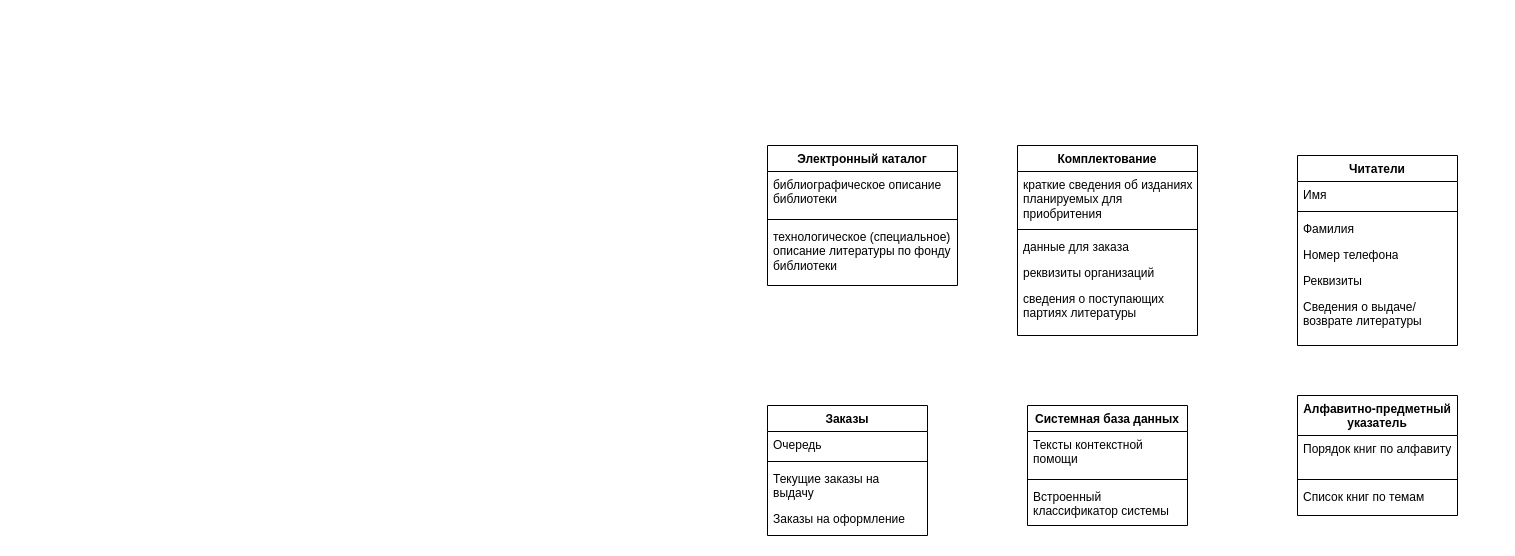
The draw.io diagram Диаграмма без названия.drawio in Luzhetskaya/psiipo, before the edit. Source tidied: cells renumbered, new cells numbered last; positions are measured from the earlier drawing's top-left corner, leaving out a move shared by most shapes. Both pictures are drawn from the tidied source at 100%, with x=0, y=0 at pixel (767, 145).
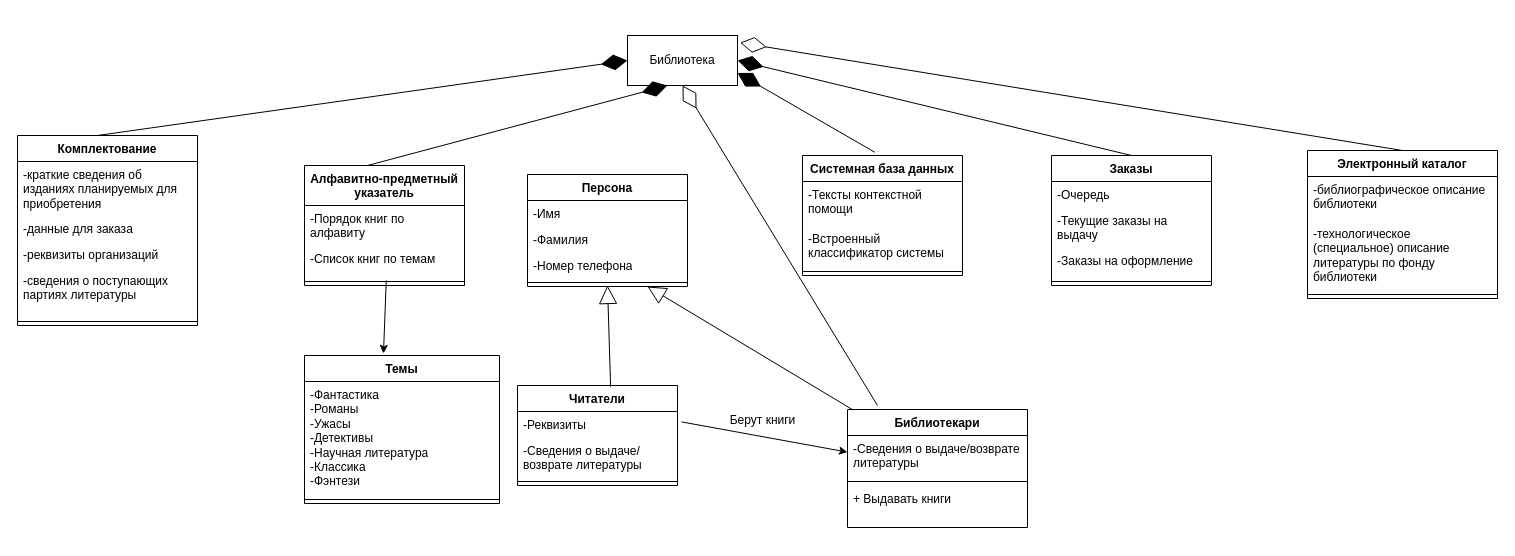
The same diagram, later.

Change to the diagram source:
```diff
@@
     <mxCell id="2" value="Электронный каталог" style="swimlane;fontStyle=1;align=center;verticalAlign=top;horizontal=1;startSize=26;whiteSpace=wrap;html=1;" parent="1" vertex="1">
-      <mxGeometry width="190" height="140" as="geometry" />
+      <mxGeometry x="540" y="5" width="190" height="148" as="geometry" />
     </mxCell>
-    <mxCell id="3" value="библиографическое описание библиотеки" style="text;strokeColor=none;fillColor=none;align=left;verticalAlign=top;spacingLeft=4;spacingRight=4;overflow=hidden;whiteSpace=wrap;html=1;" parent="2" vertex="1">
+    <mxCell id="3" value="-библиографическое описание библиотеки" style="text;strokeColor=none;fillColor=none;align=left;verticalAlign=top;spacingLeft=4;spacingRight=4;overflow=hidden;whiteSpace=wrap;html=1;" parent="2" vertex="1">
       <mxGeometry y="26" width="190" height="44" as="geometry" />
     </mxCell>
+    <mxCell id="5" value="-технологическое (специальное) описание литературы по фонду библиотеки" style="text;strokeColor=none;fillColor=none;align=left;verticalAlign=top;spacingLeft=4;spacingRight=4;overflow=hidden;whiteSpace=wrap;html=1;" parent="2" vertex="1">
+      <mxGeometry y="70" width="190" height="70" as="geometry" />
+    </mxCell>
     <mxCell id="4" style="line;strokeWidth=1;fillColor=none;align=left;verticalAlign=middle;spacingTop=-1;spacingLeft=3;spacingRight=3;labelPosition=right;strokeColor=inherit;" parent="2" vertex="1">
-      <mxGeometry y="70" width="190" height="8" as="geometry" />
+      <mxGeometry y="140" width="190" height="8" as="geometry" />
     </mxCell>
-    <mxCell id="5" value="технологическое (специальное) описание литературы по фонду библиотеки" style="text;strokeColor=none;fillColor=none;align=left;verticalAlign=top;spacingLeft=4;spacingRight=4;overflow=hidden;whiteSpace=wrap;html=1;" parent="2" vertex="1">
-      <mxGeometry y="78" width="190" height="62" as="geometry" />
-    </mxCell>
     <mxCell id="6" value="Комплектование" style="swimlane;fontStyle=1;align=center;verticalAlign=top;horizontal=1;startSize=26;whiteSpace=wrap;html=1;" parent="1" vertex="1">
-      <mxGeometry x="250" width="180" height="190" as="geometry" />
+      <mxGeometry x="-750" y="-10" width="180" height="190" as="geometry" />
     </mxCell>
-    <mxCell id="7" value="краткие сведения об изданиях планируемых для приобритения" style="text;strokeColor=none;fillColor=none;align=left;verticalAlign=top;spacingLeft=4;spacingRight=4;overflow=hidden;whiteSpace=wrap;html=1;" parent="6" vertex="1">
+    <mxCell id="7" value="-краткие сведения об изданиях планируемых для приобретения" style="text;strokeColor=none;fillColor=none;align=left;verticalAlign=top;spacingLeft=4;spacingRight=4;overflow=hidden;whiteSpace=wrap;html=1;" parent="6" vertex="1">
       <mxGeometry y="26" width="180" height="54" as="geometry" />
     </mxCell>
-    <mxCell id="8" style="line;strokeWidth=1;fillColor=none;align=left;verticalAlign=middle;spacingTop=-1;spacingLeft=3;spacingRight=3;labelPosition=right;strokeColor=inherit;" parent="6" vertex="1">
-      <mxGeometry y="80" width="180" height="8" as="geometry" />
-    </mxCell>
-    <mxCell id="9" value="данные для заказа" style="text;strokeColor=none;fillColor=none;align=left;verticalAlign=top;spacingLeft=4;spacingRight=4;overflow=hidden;whiteSpace=wrap;html=1;" parent="6" vertex="1">
-      <mxGeometry y="88" width="180" height="26" as="geometry" />
+    <mxCell id="9" value="-данные для заказа" style="text;strokeColor=none;fillColor=none;align=left;verticalAlign=top;spacingLeft=4;spacingRight=4;overflow=hidden;whiteSpace=wrap;html=1;" parent="6" vertex="1">
+      <mxGeometry y="80" width="180" height="26" as="geometry" />
     </mxCell>
-    <mxCell id="10" value="реквизиты организаций" style="text;strokeColor=none;fillColor=none;align=left;verticalAlign=top;spacingLeft=4;spacingRight=4;overflow=hidden;whiteSpace=wrap;html=1;" parent="6" vertex="1">
-      <mxGeometry y="114" width="180" height="26" as="geometry" />
+    <mxCell id="10" value="-реквизиты организаций" style="text;strokeColor=none;fillColor=none;align=left;verticalAlign=top;spacingLeft=4;spacingRight=4;overflow=hidden;whiteSpace=wrap;html=1;" parent="6" vertex="1">
+      <mxGeometry y="106" width="180" height="26" as="geometry" />
     </mxCell>
-    <mxCell id="11" value="сведения о поступающих партиях литературы" style="text;strokeColor=none;fillColor=none;align=left;verticalAlign=top;spacingLeft=4;spacingRight=4;overflow=hidden;whiteSpace=wrap;html=1;" parent="6" vertex="1">
-      <mxGeometry y="140" width="180" height="50" as="geometry" />
+    <mxCell id="11" value="-сведения о поступающих партиях литературы" style="text;strokeColor=none;fillColor=none;align=left;verticalAlign=top;spacingLeft=4;spacingRight=4;overflow=hidden;whiteSpace=wrap;html=1;" parent="6" vertex="1">
+      <mxGeometry y="132" width="180" height="50" as="geometry" />
     </mxCell>
+    <mxCell id="8" style="line;strokeWidth=1;fillColor=none;align=left;verticalAlign=middle;spacingTop=-1;spacingLeft=3;spacingRight=3;labelPosition=right;strokeColor=inherit;" parent="6" vertex="1">
+      <mxGeometry y="182" width="180" height="8" as="geometry" />
+    </mxCell>
     <mxCell id="12" value="Заказы" style="swimlane;fontStyle=1;align=center;verticalAlign=top;horizontal=1;startSize=26;whiteSpace=wrap;html=1;" parent="1" vertex="1">
-      <mxGeometry y="260" width="160" height="130" as="geometry" />
+      <mxGeometry x="284" y="10" width="160" height="130" as="geometry" />
     </mxCell>
-    <mxCell id="13" value="Очередь" style="text;strokeColor=none;fillColor=none;align=left;verticalAlign=top;spacingLeft=4;spacingRight=4;overflow=hidden;whiteSpace=wrap;html=1;" parent="12" vertex="1">
+    <mxCell id="13" value="-Очередь" style="text;strokeColor=none;fillColor=none;align=left;verticalAlign=top;spacingLeft=4;spacingRight=4;overflow=hidden;whiteSpace=wrap;html=1;" parent="12" vertex="1">
       <mxGeometry y="26" width="160" height="26" as="geometry" />
     </mxCell>
-    <mxCell id="14" style="line;strokeWidth=1;fillColor=none;align=left;verticalAlign=middle;spacingTop=-1;spacingLeft=3;spacingRight=3;labelPosition=right;strokeColor=inherit;" parent="12" vertex="1">
-      <mxGeometry y="52" width="160" height="8" as="geometry" />
-    </mxCell>
-    <mxCell id="15" value="Текущие заказы на выдачу" style="text;strokeColor=none;fillColor=none;align=left;verticalAlign=top;spacingLeft=4;spacingRight=4;overflow=hidden;whiteSpace=wrap;html=1;" parent="12" vertex="1">
-      <mxGeometry y="60" width="160" height="40" as="geometry" />
+    <mxCell id="15" value="-Текущие заказы на выдачу" style="text;strokeColor=none;fillColor=none;align=left;verticalAlign=top;spacingLeft=4;spacingRight=4;overflow=hidden;whiteSpace=wrap;html=1;" parent="12" vertex="1">
+      <mxGeometry y="52" width="160" height="40" as="geometry" />
     </mxCell>
-    <mxCell id="16" value="Заказы на оформление" style="text;strokeColor=none;fillColor=none;align=left;verticalAlign=top;spacingLeft=4;spacingRight=4;overflow=hidden;whiteSpace=wrap;html=1;" parent="12" vertex="1">
-      <mxGeometry y="100" width="160" height="30" as="geometry" />
+    <mxCell id="16" value="-Заказы на оформление" style="text;strokeColor=none;fillColor=none;align=left;verticalAlign=top;spacingLeft=4;spacingRight=4;overflow=hidden;whiteSpace=wrap;html=1;" parent="12" vertex="1">
+      <mxGeometry y="92" width="160" height="30" as="geometry" />
     </mxCell>
+    <mxCell id="14" style="line;strokeWidth=1;fillColor=none;align=left;verticalAlign=middle;spacingTop=-1;spacingLeft=3;spacingRight=3;labelPosition=right;strokeColor=inherit;" parent="12" vertex="1">
+      <mxGeometry y="122" width="160" height="8" as="geometry" />
+    </mxCell>
     <mxCell id="17" value="Системная база данных" style="swimlane;fontStyle=1;align=center;verticalAlign=top;horizontal=1;startSize=26;whiteSpace=wrap;html=1;" parent="1" vertex="1">
-      <mxGeometry x="260" y="260" width="160" height="120" as="geometry" />
+      <mxGeometry x="35" y="10" width="160" height="120" as="geometry" />
     </mxCell>
-    <mxCell id="18" value="Тексты контекстной помощи" style="text;strokeColor=none;fillColor=none;align=left;verticalAlign=top;spacingLeft=4;spacingRight=4;overflow=hidden;whiteSpace=wrap;html=1;" parent="17" vertex="1">
+    <mxCell id="18" value="-Тексты контекстной помощи" style="text;strokeColor=none;fillColor=none;align=left;verticalAlign=top;spacingLeft=4;spacingRight=4;overflow=hidden;whiteSpace=wrap;html=1;" parent="17" vertex="1">
       <mxGeometry y="26" width="160" height="44" as="geometry" />
     </mxCell>
+    <mxCell id="20" value="-Встроенный классификатор системы" style="text;strokeColor=none;fillColor=none;align=left;verticalAlign=top;spacingLeft=4;spacingRight=4;overflow=hidden;whiteSpace=wrap;html=1;" parent="17" vertex="1">
+      <mxGeometry y="70" width="160" height="42" as="geometry" />
+    </mxCell>
     <mxCell id="19" style="line;strokeWidth=1;fillColor=none;align=left;verticalAlign=middle;spacingTop=-1;spacingLeft=3;spacingRight=3;labelPosition=right;strokeColor=inherit;" parent="17" vertex="1">
-      <mxGeometry y="70" width="160" height="8" as="geometry" />
+      <mxGeometry y="112" width="160" height="8" as="geometry" />
     </mxCell>
-    <mxCell id="20" value="Встроенный классификатор системы" style="text;strokeColor=none;fillColor=none;align=left;verticalAlign=top;spacingLeft=4;spacingRight=4;overflow=hidden;whiteSpace=wrap;html=1;" parent="17" vertex="1">
-      <mxGeometry y="78" width="160" height="42" as="geometry" />
-    </mxCell>
-    <mxCell id="21" value="Читатели" style="swimlane;fontStyle=1;align=center;verticalAlign=top;horizontal=1;startSize=26;whiteSpace=wrap;html=1;" parent="1" vertex="1">
-      <mxGeometry x="530" y="10" width="160" height="190" as="geometry" />
+    <mxCell id="21" value="Персона" style="swimlane;fontStyle=1;align=center;verticalAlign=top;horizontal=1;startSize=26;whiteSpace=wrap;html=1;" parent="1" vertex="1">
+      <mxGeometry x="-240" y="29" width="160" height="112" as="geometry" />
     </mxCell>
-    <mxCell id="22" value="Имя" style="text;strokeColor=none;fillColor=none;align=left;verticalAlign=top;spacingLeft=4;spacingRight=4;overflow=hidden;whiteSpace=wrap;html=1;" parent="21" vertex="1">
+    <mxCell id="22" value="-Имя" style="text;strokeColor=none;fillColor=none;align=left;verticalAlign=top;spacingLeft=4;spacingRight=4;overflow=hidden;whiteSpace=wrap;html=1;" parent="21" vertex="1">
       <mxGeometry y="26" width="160" height="26" as="geometry" />
     </mxCell>
-    <mxCell id="23" style="line;strokeWidth=1;fillColor=none;align=left;verticalAlign=middle;spacingTop=-1;spacingLeft=3;spacingRight=3;labelPosition=right;strokeColor=inherit;" parent="21" vertex="1">
-      <mxGeometry y="52" width="160" height="8" as="geometry" />
-    </mxCell>
-    <mxCell id="24" value="Фамилия" style="text;strokeColor=none;fillColor=none;align=left;verticalAlign=top;spacingLeft=4;spacingRight=4;overflow=hidden;whiteSpace=wrap;html=1;" parent="21" vertex="1">
-      <mxGeometry y="60" width="160" height="26" as="geometry" />
+    <mxCell id="24" value="-Фамилия" style="text;strokeColor=none;fillColor=none;align=left;verticalAlign=top;spacingLeft=4;spacingRight=4;overflow=hidden;whiteSpace=wrap;html=1;" parent="21" vertex="1">
+      <mxGeometry y="52" width="160" height="26" as="geometry" />
     </mxCell>
-    <mxCell id="25" value="Номер телефона" style="text;strokeColor=none;fillColor=none;align=left;verticalAlign=top;spacingLeft=4;spacingRight=4;overflow=hidden;whiteSpace=wrap;html=1;" parent="21" vertex="1">
-      <mxGeometry y="86" width="160" height="26" as="geometry" />
+    <mxCell id="25" value="-Номер телефона" style="text;strokeColor=none;fillColor=none;align=left;verticalAlign=top;spacingLeft=4;spacingRight=4;overflow=hidden;whiteSpace=wrap;html=1;" parent="21" vertex="1">
+      <mxGeometry y="78" width="160" height="26" as="geometry" />
     </mxCell>
-    <mxCell id="26" value="Реквизиты" style="text;strokeColor=none;fillColor=none;align=left;verticalAlign=top;spacingLeft=4;spacingRight=4;overflow=hidden;whiteSpace=wrap;html=1;" parent="21" vertex="1">
-      <mxGeometry y="112" width="160" height="26" as="geometry" />
-    </mxCell>
-    <mxCell id="27" value="Сведения о выдаче/возврате литературы" style="text;strokeColor=none;fillColor=none;align=left;verticalAlign=top;spacingLeft=4;spacingRight=4;overflow=hidden;whiteSpace=wrap;html=1;" parent="21" vertex="1">
-      <mxGeometry y="138" width="160" height="52" as="geometry" />
-    </mxCell>
+    <mxCell id="23" style="line;strokeWidth=1;fillColor=none;align=left;verticalAlign=middle;spacingTop=-1;spacingLeft=3;spacingRight=3;labelPosition=right;strokeColor=inherit;" parent="21" vertex="1">
+      <mxGeometry y="104" width="160" height="8" as="geometry" />
+    </mxCell>
     <mxCell id="28" value="Алфавитно-предметный указатель" style="swimlane;fontStyle=1;align=center;verticalAlign=top;horizontal=1;startSize=40;whiteSpace=wrap;html=1;" parent="1" vertex="1">
-      <mxGeometry x="530" y="250" width="160" height="120" as="geometry" />
+      <mxGeometry x="-463" y="20" width="160" height="120" as="geometry" />
     </mxCell>
-    <mxCell id="29" value="Порядок книг по алфавиту" style="text;strokeColor=none;fillColor=none;align=left;verticalAlign=top;spacingLeft=4;spacingRight=4;overflow=hidden;whiteSpace=wrap;html=1;" parent="28" vertex="1">
+    <mxCell id="29" value="-Порядок книг по алфавиту" style="text;strokeColor=none;fillColor=none;align=left;verticalAlign=top;spacingLeft=4;spacingRight=4;overflow=hidden;whiteSpace=wrap;html=1;" parent="28" vertex="1">
       <mxGeometry y="40" width="160" height="40" as="geometry" />
     </mxCell>
+    <mxCell id="31" value="-Список книг по темам" style="text;strokeColor=none;fillColor=none;align=left;verticalAlign=top;spacingLeft=4;spacingRight=4;overflow=hidden;points=[[0,0.5],[1,0.5]];portConstraint=eastwest;whiteSpace=wrap;html=1;" parent="28" vertex="1">
+      <mxGeometry y="80" width="160" height="32" as="geometry" />
+    </mxCell>
     <mxCell id="30" style="line;strokeWidth=1;fillColor=none;align=left;verticalAlign=middle;spacingTop=-1;spacingLeft=3;spacingRight=3;labelPosition=right;strokeColor=inherit;" parent="28" vertex="1">
-      <mxGeometry y="80" width="160" height="8" as="geometry" />
+      <mxGeometry y="112" width="160" height="8" as="geometry" />
     </mxCell>
-    <mxCell id="31" value="Список книг по темам" style="text;strokeColor=none;fillColor=none;align=left;verticalAlign=top;spacingLeft=4;spacingRight=4;overflow=hidden;points=[[0,0.5],[1,0.5]];portConstraint=eastwest;whiteSpace=wrap;html=1;" parent="28" vertex="1">
-      <mxGeometry y="88" width="160" height="32" as="geometry" />
-    </mxCell>
+    <mxCell id="32" value="Библиотека" style="html=1;whiteSpace=wrap;" parent="1" vertex="1">
+      <mxGeometry x="-140" y="-110" width="110" height="50" as="geometry" />
+    </mxCell>
+    <mxCell id="33" value="Темы" style="swimlane;fontStyle=1;align=center;verticalAlign=top;horizontal=1;startSize=26;whiteSpace=wrap;html=1;" parent="1" vertex="1">
+      <mxGeometry x="-463" y="210" width="195" height="148" as="geometry" />
+    </mxCell>
+    <mxCell id="34" value="&lt;span style=&quot;background-color: transparent; color: light-dark(rgb(0, 0, 0), rgb(255, 255, 255));&quot;&gt;-Фантастика&lt;/span&gt;&lt;div&gt;-Романы&lt;/div&gt;&lt;div&gt;-Ужасы&lt;/div&gt;&lt;div&gt;-Детективы&lt;/div&gt;&lt;div&gt;-Научная литература&lt;/div&gt;&lt;div&gt;-Классика&lt;/div&gt;&lt;div&gt;-Фэнтези&lt;/div&gt;" style="text;strokeColor=none;fillColor=none;align=left;verticalAlign=top;spacingLeft=4;spacingRight=4;overflow=hidden;whiteSpace=wrap;html=1;" parent="33" vertex="1">
+      <mxGeometry y="26" width="195" height="114" as="geometry" />
+    </mxCell>
+    <mxCell id="35" style="line;strokeWidth=1;fillColor=none;align=left;verticalAlign=middle;spacingTop=-1;spacingLeft=3;spacingRight=3;labelPosition=right;strokeColor=inherit;" parent="33" vertex="1">
+      <mxGeometry y="140" width="195" height="8" as="geometry" />
+    </mxCell>
+    <mxCell id="36" style="endArrow=classic;html=1;rounded=0;exitX=0.511;exitY=1.095;exitDx=0;exitDy=0;exitPerimeter=0;entryX=0.405;entryY=-0.014;entryDx=0;entryDy=0;entryPerimeter=0;" parent="1" edge="1" source="31" target="33">
+      <mxGeometry relative="1" as="geometry" />
+    </mxCell>
+    <mxCell id="37" style="endArrow=diamondThin;endFill=0;endSize=24;html=1;rounded=0;entryX=0.5;entryY=1;entryDx=0;entryDy=0;" parent="1" edge="1" target="32">
+      <mxGeometry relative="1" as="geometry">
+        <mxPoint x="110" y="260" as="sourcePoint" />
+      </mxGeometry>
+    </mxCell>
+    <mxCell id="38" style="endArrow=diamondThin;endFill=1;endSize=24;html=1;rounded=0;exitX=0.394;exitY=0;exitDx=0;exitDy=0;exitPerimeter=0;entryX=0.364;entryY=1;entryDx=0;entryDy=0;entryPerimeter=0;" parent="1" edge="1" source="28" target="32">
+      <mxGeometry relative="1" as="geometry" />
+    </mxCell>
+    <mxCell id="39" style="endArrow=diamondThin;endFill=1;endSize=24;html=1;rounded=0;exitX=0.394;exitY=0;exitDx=0;exitDy=0;exitPerimeter=0;entryX=0;entryY=0.5;entryDx=0;entryDy=0;" parent="1" edge="1" target="32">
+      <mxGeometry relative="1" as="geometry">
+        <mxPoint x="-670" y="-10" as="sourcePoint" />
+      </mxGeometry>
+    </mxCell>
+    <mxCell id="40" style="endArrow=diamondThin;endFill=1;endSize=24;html=1;rounded=0;exitX=0.452;exitY=-0.027;exitDx=0;exitDy=0;exitPerimeter=0;entryX=1;entryY=0.75;entryDx=0;entryDy=0;" parent="1" edge="1" source="17" target="32">
+      <mxGeometry relative="1" as="geometry" />
+    </mxCell>
+    <mxCell id="41" style="endArrow=diamondThin;endFill=1;endSize=24;html=1;rounded=0;exitX=0.5;exitY=0;exitDx=0;exitDy=0;entryX=1;entryY=0.5;entryDx=0;entryDy=0;" parent="1" edge="1" source="12" target="32">
+      <mxGeometry relative="1" as="geometry" />
+    </mxCell>
+    <mxCell id="42" value="Читатели" style="swimlane;fontStyle=1;align=center;verticalAlign=top;horizontal=1;startSize=26;whiteSpace=wrap;html=1;" parent="1" vertex="1">
+      <mxGeometry x="-250" y="240" width="160" height="100" as="geometry" />
+    </mxCell>
+    <mxCell id="43" value="-Реквизиты" style="text;strokeColor=none;fillColor=none;align=left;verticalAlign=top;spacingLeft=4;spacingRight=4;overflow=hidden;points=[[0,0.5],[1,0.5]];portConstraint=eastwest;whiteSpace=wrap;html=1;" parent="42" vertex="1">
+      <mxGeometry y="26" width="160" height="26" as="geometry" />
+    </mxCell>
+    <mxCell id="44" value="-Сведения о выдаче/возврате литературы" style="text;strokeColor=none;fillColor=none;align=left;verticalAlign=top;spacingLeft=4;spacingRight=4;overflow=hidden;whiteSpace=wrap;html=1;" parent="42" vertex="1">
+      <mxGeometry y="52" width="160" height="40" as="geometry" />
+    </mxCell>
+    <mxCell id="45" style="line;strokeWidth=1;fillColor=none;align=left;verticalAlign=middle;spacingTop=-1;spacingLeft=3;spacingRight=3;labelPosition=right;strokeColor=inherit;" parent="42" vertex="1">
+      <mxGeometry y="92" width="160" height="8" as="geometry" />
+    </mxCell>
+    <mxCell id="46" value="Библиотекари" style="swimlane;fontStyle=1;align=center;verticalAlign=top;horizontal=1;startSize=26;whiteSpace=wrap;html=1;" parent="1" vertex="1">
+      <mxGeometry x="80" y="264" width="180" height="118" as="geometry" />
+    </mxCell>
+    <mxCell id="47" value="-Сведения о выдаче/возврате литературы" style="text;strokeColor=none;fillColor=none;align=left;verticalAlign=top;spacingLeft=4;spacingRight=4;overflow=hidden;whiteSpace=wrap;html=1;" parent="46" vertex="1">
+      <mxGeometry y="26" width="180" height="42" as="geometry" />
+    </mxCell>
+    <mxCell id="48" style="line;strokeWidth=1;fillColor=none;align=left;verticalAlign=middle;spacingTop=-1;spacingLeft=3;spacingRight=3;labelPosition=right;strokeColor=inherit;" parent="46" vertex="1">
+      <mxGeometry y="68" width="180" height="8" as="geometry" />
+    </mxCell>
+    <mxCell id="49" value="+ Выдавать книги" style="text;strokeColor=none;fillColor=none;align=left;verticalAlign=top;spacingLeft=4;spacingRight=4;overflow=hidden;whiteSpace=wrap;html=1;" parent="46" vertex="1">
+      <mxGeometry y="76" width="180" height="42" as="geometry" />
+    </mxCell>
+    <mxCell id="50" style="endArrow=classic;html=1;rounded=0;exitX=1.025;exitY=0.4;exitDx=0;exitDy=0;exitPerimeter=0;" parent="1" edge="1" source="43" target="46">
+      <mxGeometry relative="1" as="geometry" />
+    </mxCell>
+    <mxCell id="51" value="Берут книги" style="text;html=1;align=center;verticalAlign=middle;strokeColor=none;fillColor=none;" parent="1" vertex="1">
+      <mxGeometry x="-50" y="260" width="90" height="30" as="geometry" />
+    </mxCell>
+    <mxCell id="52" style="endArrow=diamondThin;endFill=0;endSize=24;html=1;rounded=0;entryX=1.023;entryY=0.144;entryDx=0;entryDy=0;entryPerimeter=0;exitX=0.5;exitY=0;exitDx=0;exitDy=0;" parent="1" edge="1" source="2" target="32">
+      <mxGeometry relative="1" as="geometry" />
+    </mxCell>
+    <mxCell id="53" style="endArrow=block;endSize=16;endFill=0;html=1;rounded=0;exitX=0.582;exitY=0.012;exitDx=0;exitDy=0;exitPerimeter=0;" parent="1" edge="1" source="42">
+      <mxGeometry relative="1" as="geometry">
+        <mxPoint x="-160" y="140" as="targetPoint" />
+      </mxGeometry>
+    </mxCell>
+    <mxCell id="54" style="endArrow=block;endSize=16;endFill=0;html=1;rounded=0;exitX=0.031;exitY=0.004;exitDx=0;exitDy=0;exitPerimeter=0;entryX=0.75;entryY=1;entryDx=0;entryDy=0;" parent="1" edge="1" source="46" target="21">
+      <mxGeometry relative="1" as="geometry" />
+    </mxCell>
```
